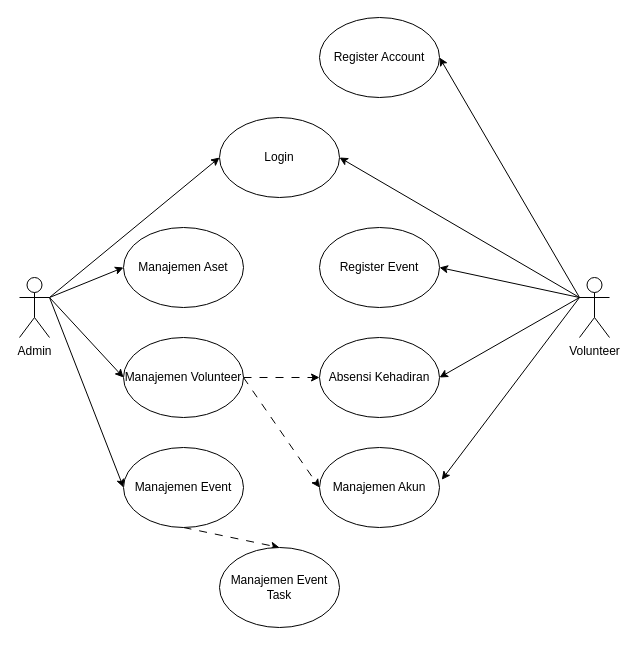
Before: page "UseCase" (1 of 3) of diagram/Untitled Diagram.drawio in dzikfr/mpi, a draw.io diagram. Source tidied: cells renumbered, new cells numbered last; positions are measured from the earlier drawing's top-left corner, leaving out a move shared by most shapes. Both pictures are drawn from the tidied source at 100%, with x=0, y=0 at pixel (19, 17).
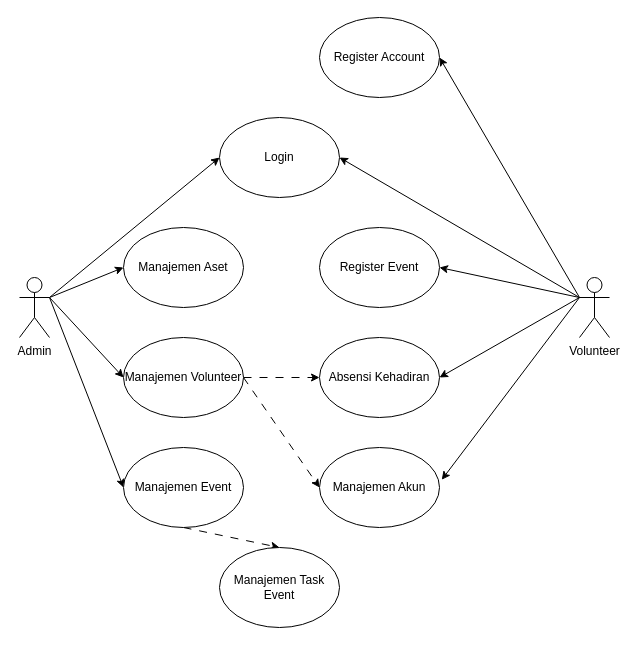
Above is the later version.

Diff of the diagram source:
```diff
@@
-    <mxCell id="24" value="Manajemen Event Task" style="ellipse;whiteSpace=wrap;html=1;" parent="1" vertex="1">
+    <mxCell id="24" value="Manajemen Task Event" style="ellipse;whiteSpace=wrap;html=1;" parent="1" vertex="1">
       <mxGeometry x="200" y="530" width="120" height="80" as="geometry" />
     </mxCell>
```
